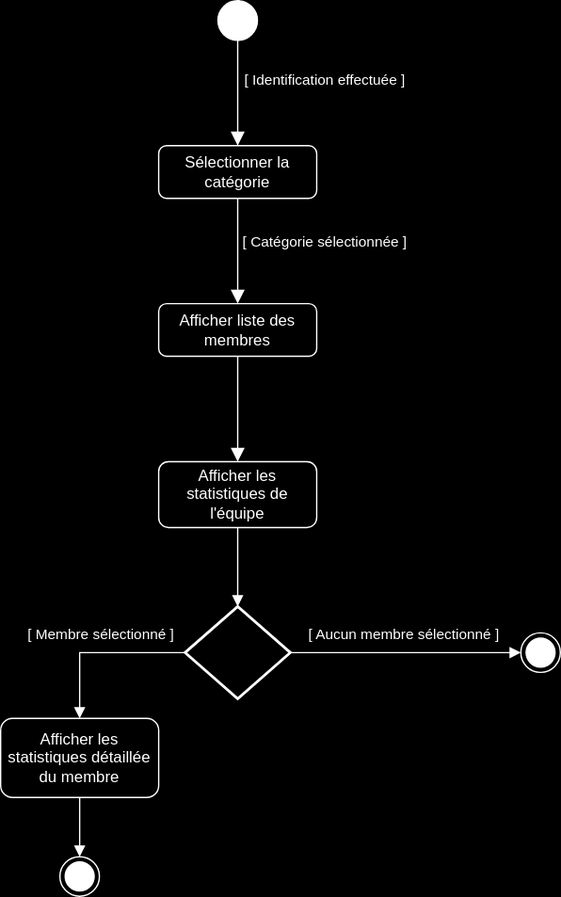
Above: UML/Diagrammes d'activité/Diagramme_Activité_RecenserEffectifs.svg in CyberHati/Application_Gestion-d-effectif (draw.io), before the change. Source tidied: cells renumbered, new cells last; positions are measured from the earlier drawing's top-left corner, leaving out a move shared by most shapes. Source of this version:
```xml
<mxGraphModel>
  <root>
    <mxCell id="0" />
    <mxCell id="1" parent="0" />
    <mxCell id="2" style="rounded=0;html=1;jettySize=auto;fontSize=11;endArrow=block;endFill=1;endSize=8;strokeWidth=1;shadow=0;labelBackgroundColor=none;edgeStyle=orthogonalEdgeStyle;exitX=0.5;exitY=1;exitDx=0;exitDy=0;entryX=0.5;entryY=0;entryDx=0;entryDy=0;" parent="1" edge="1" source="4" target="5">
      <mxGeometry relative="1" as="geometry" />
    </mxCell>
    <mxCell id="3" value="[ Catégorie sélectionnée ]" style="edgeLabel;html=1;align=center;verticalAlign=middle;" parent="2" vertex="1">
      <mxGeometry x="-0.2" y="4" relative="1" as="geometry">
        <mxPoint x="61" as="offset" />
      </mxGeometry>
    </mxCell>
    <mxCell id="4" value="Sélectionner la catégorie" style="rounded=1;whiteSpace=wrap;html=1;fontSize=12;glass=0;strokeWidth=1;shadow=0;" parent="1" vertex="1">
      <mxGeometry x="120" y="110" width="120" height="40" as="geometry" />
    </mxCell>
    <mxCell id="5" value="Afficher liste des membres" style="rounded=1;whiteSpace=wrap;html=1;fontSize=12;glass=0;strokeWidth=1;shadow=0;" parent="1" vertex="1">
      <mxGeometry x="120" y="230" width="120" height="40" as="geometry" />
    </mxCell>
    <mxCell id="6" value="Afficher les statistiques détaillée du membre" style="rounded=1;whiteSpace=wrap;html=1;fontSize=12;glass=0;strokeWidth=1;shadow=0;" parent="1" vertex="1">
      <mxGeometry y="545" width="120" height="60" as="geometry" />
    </mxCell>
    <mxCell id="7" value="Afficher les statistiques de l'équipe" style="rounded=1;whiteSpace=wrap;html=1;fontSize=12;glass=0;strokeWidth=1;shadow=0;" parent="1" vertex="1">
      <mxGeometry x="120" y="350" width="120" height="50" as="geometry" />
    </mxCell>
    <mxCell id="8" style="ellipse;html=1;shape=endState;fillColor=strokeColor;" parent="1" vertex="1">
      <mxGeometry x="395" y="480" width="30" height="30" as="geometry" />
    </mxCell>
    <mxCell id="9" style="ellipse;fillColor=strokeColor;html=1;" parent="1" vertex="1">
      <mxGeometry x="165" width="30" height="30" as="geometry" />
    </mxCell>
    <mxCell id="10" style="rounded=0;html=1;jettySize=auto;fontSize=11;endArrow=block;endFill=1;endSize=8;strokeWidth=1;shadow=0;labelBackgroundColor=none;edgeStyle=orthogonalEdgeStyle;exitX=0.5;exitY=1;exitDx=0;exitDy=0;entryX=0.5;entryY=0;entryDx=0;entryDy=0;" parent="1" edge="1" source="9" target="4">
      <mxGeometry relative="1" as="geometry">
        <Array as="points">
          <mxPoint x="180" y="110" />
          <mxPoint x="180" y="110" />
        </Array>
      </mxGeometry>
    </mxCell>
    <mxCell id="11" value="[ Identification effectuée ]" style="edgeLabel;html=1;align=center;verticalAlign=middle;" parent="10" vertex="1">
      <mxGeometry x="-0.28" y="-3" relative="1" as="geometry">
        <mxPoint x="68" as="offset" />
      </mxGeometry>
    </mxCell>
    <mxCell id="12" style="rounded=0;html=1;jettySize=auto;fontSize=11;endArrow=block;endFill=1;endSize=8;strokeWidth=1;shadow=0;labelBackgroundColor=none;edgeStyle=orthogonalEdgeStyle;exitX=0.5;exitY=1;exitDx=0;exitDy=0;entryX=0.5;entryY=0;entryDx=0;entryDy=0;" parent="1" edge="1" source="5" target="7">
      <mxGeometry relative="1" as="geometry" />
    </mxCell>
    <mxCell id="13" style="strokeWidth=2;html=1;shape=mxgraph.flowchart.decision;whiteSpace=wrap;" parent="1" vertex="1">
      <mxGeometry x="140" y="460" width="80" height="70" as="geometry" />
    </mxCell>
    <mxCell id="14" style="endArrow=block;html=1;rounded=0;endFill=1;exitX=0.5;exitY=1;exitDx=0;exitDy=0;entryX=0.5;entryY=0;entryDx=0;entryDy=0;entryPerimeter=0;" parent="1" edge="1" source="7" target="13">
      <mxGeometry relative="1" as="geometry" />
    </mxCell>
    <mxCell id="15" style="endArrow=block;html=1;rounded=0;endFill=1;exitX=1;exitY=0.5;exitDx=0;exitDy=0;entryX=0;entryY=0.5;entryDx=0;entryDy=0;exitPerimeter=0;" parent="1" edge="1" source="13" target="8">
      <mxGeometry relative="1" as="geometry" />
    </mxCell>
    <mxCell id="16" value="[ Aucun membre sélectionné ]" style="edgeLabel;html=1;align=center;verticalAlign=middle;" parent="15" vertex="1">
      <mxGeometry x="0.18" y="3" relative="1" as="geometry">
        <mxPoint x="-19" y="-12" as="offset" />
      </mxGeometry>
    </mxCell>
    <mxCell id="17" style="endArrow=block;html=1;rounded=0;entryX=0.5;entryY=0;entryDx=0;entryDy=0;endFill=1;edgeStyle=orthogonalEdgeStyle;exitX=0;exitY=0.5;exitDx=0;exitDy=0;exitPerimeter=0;" parent="1" edge="1" source="13" target="6">
      <mxGeometry relative="1" as="geometry" />
    </mxCell>
    <mxCell id="18" value="[ Membre sélectionné ]" style="edgeLabel;html=1;align=center;verticalAlign=middle;" parent="17" vertex="1">
      <mxGeometry x="-0.37" y="3" relative="1" as="geometry">
        <mxPoint x="-24" y="-18" as="offset" />
      </mxGeometry>
    </mxCell>
    <mxCell id="19" style="ellipse;html=1;shape=endState;fillColor=strokeColor;" parent="1" vertex="1">
      <mxGeometry x="45" y="650" width="30" height="30" as="geometry" />
    </mxCell>
    <mxCell id="20" style="endArrow=block;html=1;rounded=0;endFill=1;exitX=0.5;exitY=1;exitDx=0;exitDy=0;entryX=0.5;entryY=0;entryDx=0;entryDy=0;" parent="1" edge="1" source="6" target="19">
      <mxGeometry relative="1" as="geometry" />
    </mxCell>
  </root>
</mxGraphModel>
```
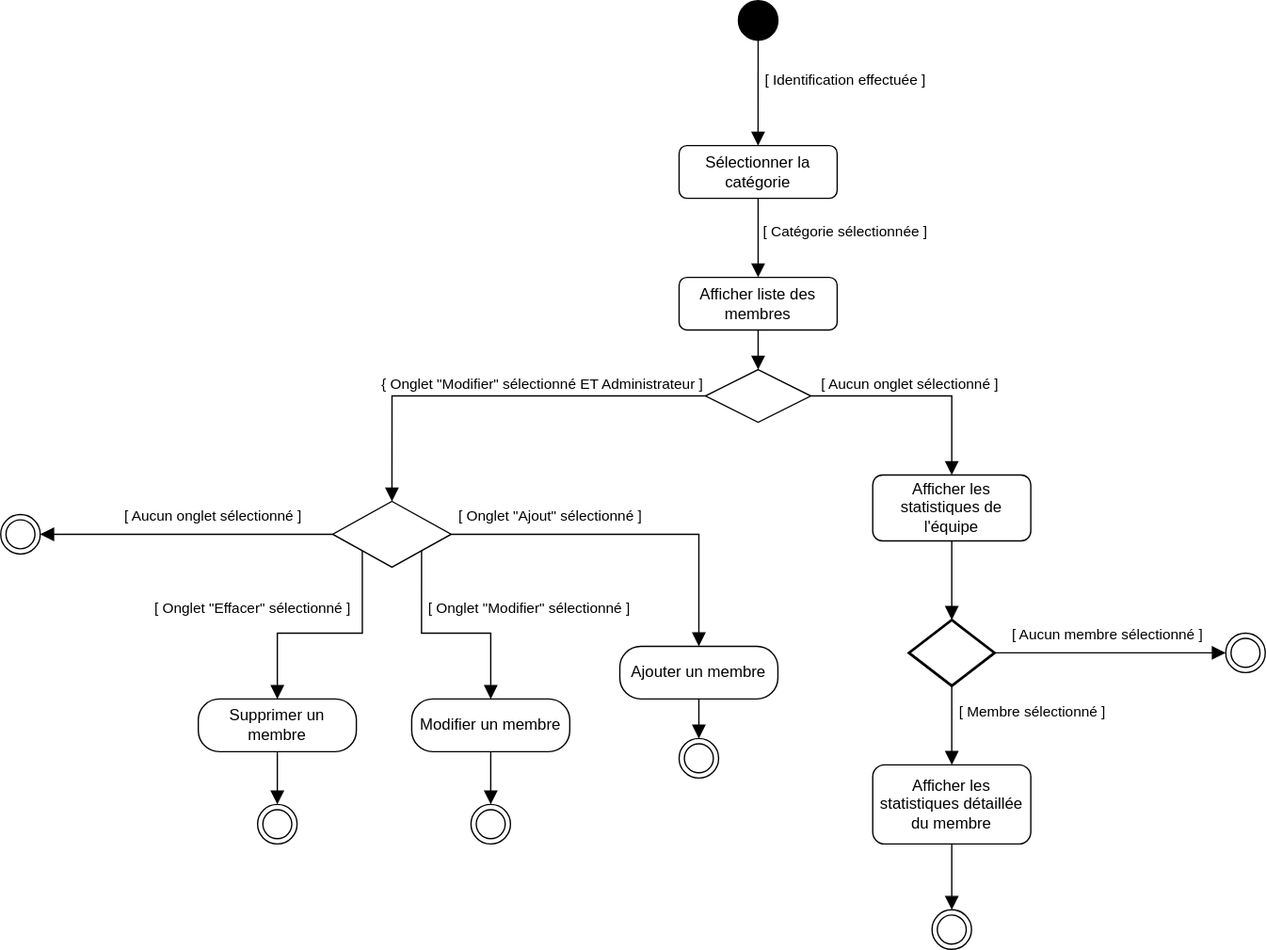
The same diagram one commit later.

Commit message:
Mettre à jour Diagramme_Activité_RecenserEffectifs.svg

What changed in the source:
```diff
@@ -11,28 +11,25 @@
       </mxGeometry>
     </mxCell>
     <mxCell id="4" value="Sélectionner la catégorie" style="rounded=1;whiteSpace=wrap;html=1;fontSize=12;glass=0;strokeWidth=1;shadow=0;" parent="1" vertex="1">
-      <mxGeometry x="120" y="110" width="120" height="40" as="geometry" />
+      <mxGeometry x="330" y="100" width="120" height="40" as="geometry" />
     </mxCell>
     <mxCell id="5" value="Afficher liste des membres" style="rounded=1;whiteSpace=wrap;html=1;fontSize=12;glass=0;strokeWidth=1;shadow=0;" parent="1" vertex="1">
-      <mxGeometry x="120" y="230" width="120" height="40" as="geometry" />
+      <mxGeometry x="330" y="200" width="120" height="40" as="geometry" />
     </mxCell>
     <mxCell id="6" value="Afficher les statistiques détaillée du membre" style="rounded=1;whiteSpace=wrap;html=1;fontSize=12;glass=0;strokeWidth=1;shadow=0;" parent="1" vertex="1">
-      <mxGeometry y="545" width="120" height="60" as="geometry" />
+      <mxGeometry x="477" y="570" width="120" height="60" as="geometry" />
     </mxCell>
     <mxCell id="7" value="Afficher les statistiques de l'équipe" style="rounded=1;whiteSpace=wrap;html=1;fontSize=12;glass=0;strokeWidth=1;shadow=0;" parent="1" vertex="1">
-      <mxGeometry x="120" y="350" width="120" height="50" as="geometry" />
+      <mxGeometry x="477" y="350" width="120" height="50" as="geometry" />
     </mxCell>
-    <mxCell id="8" style="ellipse;html=1;shape=endState;fillColor=strokeColor;" parent="1" vertex="1">
-      <mxGeometry x="395" y="480" width="30" height="30" as="geometry" />
-    </mxCell>
     <mxCell id="9" style="ellipse;fillColor=strokeColor;html=1;" parent="1" vertex="1">
-      <mxGeometry x="165" width="30" height="30" as="geometry" />
+      <mxGeometry x="375" y="-10" width="30" height="30" as="geometry" />
     </mxCell>
     <mxCell id="10" style="rounded=0;html=1;jettySize=auto;fontSize=11;endArrow=block;endFill=1;endSize=8;strokeWidth=1;shadow=0;labelBackgroundColor=none;edgeStyle=orthogonalEdgeStyle;exitX=0.5;exitY=1;exitDx=0;exitDy=0;entryX=0.5;entryY=0;entryDx=0;entryDy=0;" parent="1" edge="1" source="9" target="4">
       <mxGeometry relative="1" as="geometry">
         <Array as="points">
-          <mxPoint x="180" y="110" />
-          <mxPoint x="180" y="110" />
+          <mxPoint x="390" y="100" />
+          <mxPoint x="390" y="100" />
         </Array>
       </mxGeometry>
     </mxCell>
@@ -41,16 +38,16 @@
         <mxPoint x="68" as="offset" />
       </mxGeometry>
     </mxCell>
-    <mxCell id="12" style="rounded=0;html=1;jettySize=auto;fontSize=11;endArrow=block;endFill=1;endSize=8;strokeWidth=1;shadow=0;labelBackgroundColor=none;edgeStyle=orthogonalEdgeStyle;exitX=0.5;exitY=1;exitDx=0;exitDy=0;entryX=0.5;entryY=0;entryDx=0;entryDy=0;" parent="1" edge="1" source="5" target="7">
+    <mxCell id="12" style="rounded=0;html=1;jettySize=auto;fontSize=11;endArrow=block;endFill=1;endSize=8;strokeWidth=1;shadow=0;labelBackgroundColor=none;edgeStyle=orthogonalEdgeStyle;exitX=0.5;exitY=1;exitDx=0;exitDy=0;entryX=0.5;entryY=0;entryDx=0;entryDy=0;" parent="1" edge="1" source="5" target="25">
       <mxGeometry relative="1" as="geometry" />
     </mxCell>
     <mxCell id="13" style="strokeWidth=2;html=1;shape=mxgraph.flowchart.decision;whiteSpace=wrap;" parent="1" vertex="1">
-      <mxGeometry x="140" y="460" width="80" height="70" as="geometry" />
+      <mxGeometry x="504.5" y="460" width="65" height="50" as="geometry" />
     </mxCell>
-    <mxCell id="14" style="endArrow=block;html=1;rounded=0;endFill=1;exitX=0.5;exitY=1;exitDx=0;exitDy=0;entryX=0.5;entryY=0;entryDx=0;entryDy=0;entryPerimeter=0;" parent="1" edge="1" source="7" target="13">
+    <mxCell id="14" style="endArrow=block;html=1;rounded=0;endFill=1;exitX=0.5;exitY=1;exitDx=0;exitDy=0;entryX=0.5;entryY=0;entryDx=0;entryDy=0;entryPerimeter=0;endSize=8;" parent="1" edge="1" source="7" target="13">
       <mxGeometry relative="1" as="geometry" />
     </mxCell>
-    <mxCell id="15" style="endArrow=block;html=1;rounded=0;endFill=1;exitX=1;exitY=0.5;exitDx=0;exitDy=0;entryX=0;entryY=0.5;entryDx=0;entryDy=0;exitPerimeter=0;" parent="1" edge="1" source="13" target="8">
+    <mxCell id="15" style="endArrow=block;html=1;rounded=0;endFill=1;exitX=1;exitY=0.5;exitDx=0;exitDy=0;entryX=0;entryY=0.5;entryDx=0;entryDy=0;exitPerimeter=0;endSize=8;" parent="1" edge="1" source="13" target="46">
       <mxGeometry relative="1" as="geometry" />
     </mxCell>
     <mxCell id="16" value="[ Aucun membre sélectionné ]" style="edgeLabel;html=1;align=center;verticalAlign=middle;" parent="15" vertex="1">
@@ -58,19 +55,106 @@
         <mxPoint x="-19" y="-12" as="offset" />
       </mxGeometry>
     </mxCell>
-    <mxCell id="17" style="endArrow=block;html=1;rounded=0;entryX=0.5;entryY=0;entryDx=0;entryDy=0;endFill=1;edgeStyle=orthogonalEdgeStyle;exitX=0;exitY=0.5;exitDx=0;exitDy=0;exitPerimeter=0;" parent="1" edge="1" source="13" target="6">
+    <mxCell id="17" style="endArrow=block;html=1;rounded=0;entryX=0.5;entryY=0;entryDx=0;entryDy=0;endFill=1;edgeStyle=orthogonalEdgeStyle;exitX=0.5;exitY=1;exitDx=0;exitDy=0;exitPerimeter=0;endSize=8;" parent="1" edge="1" source="13" target="6">
       <mxGeometry relative="1" as="geometry" />
     </mxCell>
     <mxCell id="18" value="[ Membre sélectionné ]" style="edgeLabel;html=1;align=center;verticalAlign=middle;" parent="17" vertex="1">
       <mxGeometry x="-0.37" y="3" relative="1" as="geometry">
-        <mxPoint x="-24" y="-18" as="offset" />
+        <mxPoint x="57" y="1" as="offset" />
       </mxGeometry>
     </mxCell>
-    <mxCell id="19" style="ellipse;html=1;shape=endState;fillColor=strokeColor;" parent="1" vertex="1">
-      <mxGeometry x="45" y="650" width="30" height="30" as="geometry" />
-    </mxCell>
-    <mxCell id="20" style="endArrow=block;html=1;rounded=0;endFill=1;exitX=0.5;exitY=1;exitDx=0;exitDy=0;entryX=0.5;entryY=0;entryDx=0;entryDy=0;" parent="1" edge="1" source="6" target="19">
+    <mxCell id="20" style="endArrow=block;html=1;rounded=0;endFill=1;exitX=0.5;exitY=1;exitDx=0;exitDy=0;entryX=0.5;entryY=0;entryDx=0;entryDy=0;endSize=8;" parent="1" edge="1" source="6" target="45">
       <mxGeometry relative="1" as="geometry" />
     </mxCell>
+    <mxCell id="21" style="edgeStyle=orthogonalEdgeStyle;rounded=0;jettySize=auto;html=1;exitX=1;exitY=0.5;exitDx=0;exitDy=0;entryX=0.5;entryY=0;entryDx=0;entryDy=0;endSize=8;endArrow=block;endFill=1;" parent="1" edge="1" source="25" target="7">
+      <mxGeometry relative="1" as="geometry" />
+    </mxCell>
+    <mxCell id="22" value="&lt;div&gt;[ Aucun onglet sélectionné ]&lt;/div&gt;" style="edgeLabel;html=1;align=center;verticalAlign=middle;" parent="21" vertex="1">
+      <mxGeometry x="-0.23" y="-2" relative="1" as="geometry">
+        <mxPoint x="10" y="-12" as="offset" />
+      </mxGeometry>
+    </mxCell>
+    <mxCell id="23" style="edgeStyle=orthogonalEdgeStyle;rounded=0;jettySize=auto;html=1;exitX=0;exitY=0.5;exitDx=0;exitDy=0;entryX=0.5;entryY=0;entryDx=0;entryDy=0;endSize=8;endArrow=block;endFill=1;" parent="1" edge="1" source="25" target="28">
+      <mxGeometry relative="1" as="geometry" />
+    </mxCell>
+    <mxCell id="24" value="{ Onglet &quot;Modifier&quot; sélectionné ET Administrateur ]" style="edgeLabel;html=1;align=center;verticalAlign=middle;" parent="23" vertex="1">
+      <mxGeometry x="-0.13" y="-1" relative="1" as="geometry">
+        <mxPoint x="13" y="-9" as="offset" />
+      </mxGeometry>
+    </mxCell>
+    <mxCell id="25" style="rhombus;whiteSpace=wrap;html=1;" parent="1" vertex="1">
+      <mxGeometry x="350" y="270" width="80" height="40" as="geometry" />
+    </mxCell>
+    <mxCell id="26" style="edgeStyle=orthogonalEdgeStyle;rounded=0;jettySize=auto;html=1;entryX=1;entryY=0.5;entryDx=0;entryDy=0;endArrow=block;endFill=1;endSize=8;" parent="1" edge="1" source="28" target="32">
+      <mxGeometry relative="1" as="geometry" />
+    </mxCell>
+    <mxCell id="27" value="[ Aucun onglet sélectionné ]" style="edgeLabel;html=1;align=center;verticalAlign=middle;" parent="26" vertex="1">
+      <mxGeometry x="-0.57" y="2" relative="1" as="geometry">
+        <mxPoint x="-44" y="-17" as="offset" />
+      </mxGeometry>
+    </mxCell>
+    <mxCell id="28" style="rhombus;whiteSpace=wrap;html=1;" parent="1" vertex="1">
+      <mxGeometry x="67" y="370" width="90" height="50" as="geometry" />
+    </mxCell>
+    <mxCell id="29" style="edgeStyle=orthogonalEdgeStyle;html=1;align=left;verticalAlign=bottom;endArrow=block;endSize=8;rounded=0;entryX=0.5;entryY=0;entryDx=0;entryDy=0;endFill=1;exitX=1;exitY=0.5;exitDx=0;exitDy=0;" parent="1" edge="1" source="28" target="31">
+      <mxGeometry x="-1" relative="1" as="geometry" />
+    </mxCell>
+    <mxCell id="30" value="[ Onglet &quot;Ajout&quot; sélectionné ]" style="edgeLabel;html=1;align=center;verticalAlign=middle;" parent="29" vertex="1">
+      <mxGeometry x="-0.65" y="-2" relative="1" as="geometry">
+        <mxPoint x="26" y="-17" as="offset" />
+      </mxGeometry>
+    </mxCell>
+    <mxCell id="31" value="Ajouter un membre" style="rounded=1;whiteSpace=wrap;html=1;arcSize=40;" parent="1" vertex="1">
+      <mxGeometry x="285" y="480" width="120" height="40" as="geometry" />
+    </mxCell>
+    <mxCell id="32" style="ellipse;html=1;shape=endState;" parent="1" vertex="1">
+      <mxGeometry x="-185" y="380" width="30" height="30" as="geometry" />
+    </mxCell>
+    <mxCell id="33" style="edgeStyle=orthogonalEdgeStyle;html=1;verticalAlign=bottom;endArrow=block;endSize=8;rounded=0;endFill=1;exitX=0;exitY=1;exitDx=0;exitDy=0;entryX=0.5;entryY=0;entryDx=0;entryDy=0;" parent="1" edge="1" source="28" target="38">
+      <mxGeometry relative="1" as="geometry" />
+    </mxCell>
+    <mxCell id="34" value="[ Onglet &quot;Effacer&quot; sélectionné ]" style="edgeLabel;html=1;align=center;verticalAlign=middle;" parent="33" vertex="1">
+      <mxGeometry x="0.7" y="-1" relative="1" as="geometry">
+        <mxPoint x="-19" y="-43" as="offset" />
+      </mxGeometry>
+    </mxCell>
+    <mxCell id="35" value="&lt;div&gt;Modifier un membre&lt;br&gt;&lt;/div&gt;" style="rounded=1;whiteSpace=wrap;html=1;arcSize=40;" parent="1" vertex="1">
+      <mxGeometry x="127" y="520" width="120" height="40" as="geometry" />
+    </mxCell>
+    <mxCell id="36" style="edgeStyle=orthogonalEdgeStyle;html=1;verticalAlign=bottom;endArrow=block;endSize=8;rounded=0;endFill=1;entryX=0.5;entryY=0;entryDx=0;entryDy=0;exitX=1;exitY=1;exitDx=0;exitDy=0;" parent="1" edge="1" source="28" target="35">
+      <mxGeometry relative="1" as="geometry" />
+    </mxCell>
+    <mxCell id="37" value="[ Onglet &quot;Modifier&quot; sélectionné ]" style="edgeLabel;html=1;align=center;verticalAlign=middle;" parent="36" vertex="1">
+      <mxGeometry x="0.09" y="3" relative="1" as="geometry">
+        <mxPoint x="53" y="-17" as="offset" />
+      </mxGeometry>
+    </mxCell>
+    <mxCell id="38" value="Supprimer un membre" style="rounded=1;whiteSpace=wrap;html=1;arcSize=40;" parent="1" vertex="1">
+      <mxGeometry x="-35" y="520" width="120" height="40" as="geometry" />
+    </mxCell>
+    <mxCell id="39" style="ellipse;html=1;shape=endState;" parent="1" vertex="1">
+      <mxGeometry x="330" y="550" width="30" height="30" as="geometry" />
+    </mxCell>
+    <mxCell id="40" style="ellipse;html=1;shape=endState;" parent="1" vertex="1">
+      <mxGeometry x="172" y="600" width="30" height="30" as="geometry" />
+    </mxCell>
+    <mxCell id="41" style="ellipse;html=1;shape=endState;" parent="1" vertex="1">
+      <mxGeometry x="10" y="600" width="30" height="30" as="geometry" />
+    </mxCell>
+    <mxCell id="42" style="edgeStyle=orthogonalEdgeStyle;html=1;verticalAlign=bottom;endArrow=block;endSize=8;rounded=0;endFill=1;entryX=0.5;entryY=0;entryDx=0;entryDy=0;exitX=0.5;exitY=1;exitDx=0;exitDy=0;" parent="1" edge="1" source="38" target="41">
+      <mxGeometry relative="1" as="geometry" />
+    </mxCell>
+    <mxCell id="43" style="edgeStyle=orthogonalEdgeStyle;html=1;verticalAlign=bottom;endArrow=block;endSize=8;rounded=0;endFill=1;entryX=0.5;entryY=0;entryDx=0;entryDy=0;exitX=0.5;exitY=1;exitDx=0;exitDy=0;" parent="1" edge="1" source="35" target="40">
+      <mxGeometry relative="1" as="geometry" />
+    </mxCell>
+    <mxCell id="44" style="edgeStyle=orthogonalEdgeStyle;html=1;verticalAlign=bottom;endArrow=block;endSize=8;rounded=0;endFill=1;entryX=0.5;entryY=0;entryDx=0;entryDy=0;exitX=0.5;exitY=1;exitDx=0;exitDy=0;" parent="1" edge="1" source="31" target="39">
+      <mxGeometry relative="1" as="geometry" />
+    </mxCell>
+    <mxCell id="45" style="ellipse;html=1;shape=endState;" parent="1" vertex="1">
+      <mxGeometry x="522" y="680" width="30" height="30" as="geometry" />
+    </mxCell>
+    <mxCell id="46" style="ellipse;html=1;shape=endState;" parent="1" vertex="1">
+      <mxGeometry x="745" y="470" width="30" height="30" as="geometry" />
+    </mxCell>
   </root>
 </mxGraphModel>
```
